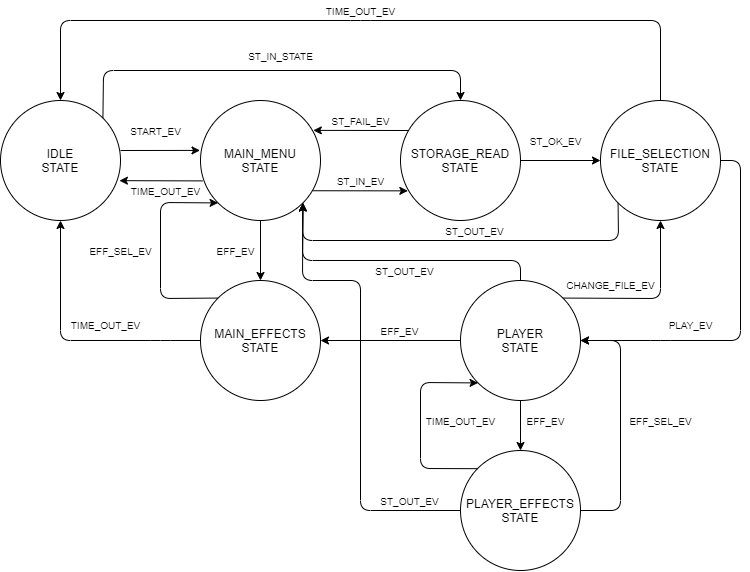
Above: docs/fsm.png in Labo-Microprocesadores/MP3_Player (draw.io), before the change. Source tidied: cells renumbered, new cells last; positions are measured from the earlier drawing's top-left corner, leaving out a move shared by most shapes. Source of this version:
```xml
<mxGraphModel>
  <root>
    <mxCell id="0" />
    <mxCell id="1" parent="0" />
    <mxCell id="2" value="IDLE&lt;br&gt;STATE" style="ellipse;whiteSpace=wrap;html=1;" parent="1" vertex="1">
      <mxGeometry y="100" width="120" height="120" as="geometry" />
    </mxCell>
    <mxCell id="3" value="MAIN_MENU&lt;br&gt;STATE" style="ellipse;whiteSpace=wrap;html=1;" parent="1" vertex="1">
      <mxGeometry x="200" y="100" width="120" height="120" as="geometry" />
    </mxCell>
    <mxCell id="4" value="FILE_SELECTION&lt;br&gt;STATE" style="ellipse;whiteSpace=wrap;html=1;" parent="1" vertex="1">
      <mxGeometry x="600" y="100" width="120" height="120" as="geometry" />
    </mxCell>
    <mxCell id="5" value="PLAYER&lt;br&gt;STATE" style="ellipse;whiteSpace=wrap;html=1;" parent="1" vertex="1">
      <mxGeometry x="460" y="280" width="120" height="120" as="geometry" />
    </mxCell>
    <mxCell id="6" value="MAIN_EFFECTS&lt;br&gt;STATE" style="ellipse;whiteSpace=wrap;html=1;" parent="1" vertex="1">
      <mxGeometry x="200" y="280" width="120" height="120" as="geometry" />
    </mxCell>
    <mxCell id="7" style="endArrow=classic;html=1;entryX=-0.004;entryY=0.416;entryDx=0;entryDy=0;entryPerimeter=0;" parent="1" edge="1" target="3">
      <mxGeometry relative="1" as="geometry">
        <mxPoint x="120" y="150" as="sourcePoint" />
      </mxGeometry>
    </mxCell>
    <mxCell id="8" value="STORAGE_READ&lt;br&gt;STATE" style="ellipse;whiteSpace=wrap;html=1;" parent="1" vertex="1">
      <mxGeometry x="400" y="100" width="120" height="120" as="geometry" />
    </mxCell>
    <mxCell id="9" value="&lt;span style=&quot;font-size: 10px&quot;&gt;START_EV&lt;/span&gt;" style="text;html=1;align=center;verticalAlign=middle;" parent="1" vertex="1">
      <mxGeometry x="120" y="120" width="70" height="20" as="geometry" />
    </mxCell>
    <mxCell id="10" style="endArrow=classic;html=1;exitX=1;exitY=0;exitDx=0;exitDy=0;entryX=0.5;entryY=0;entryDx=0;entryDy=0;" parent="1" edge="1" source="2" target="8">
      <mxGeometry relative="1" as="geometry">
        <Array as="points">
          <mxPoint x="103" y="70" />
          <mxPoint x="460" y="70" />
        </Array>
      </mxGeometry>
    </mxCell>
    <mxCell id="11" value="&lt;span style=&quot;font-size: 10px&quot;&gt;ST_IN_STATE&lt;/span&gt;" style="text;html=1;align=center;verticalAlign=middle;" parent="1" vertex="1">
      <mxGeometry x="240" y="45" width="80" height="20" as="geometry" />
    </mxCell>
    <mxCell id="12" style="endArrow=classic;html=1;exitX=1;exitY=0.5;exitDx=0;exitDy=0;entryX=0;entryY=0.5;entryDx=0;entryDy=0;" parent="1" edge="1" source="8" target="4">
      <mxGeometry relative="1" as="geometry" />
    </mxCell>
    <mxCell id="13" value="&lt;span style=&quot;font-size: 10px&quot;&gt;ST_OK_EV&lt;/span&gt;" style="text;html=1;align=center;verticalAlign=middle;" parent="1" vertex="1">
      <mxGeometry x="520" y="130" width="70" height="20" as="geometry" />
    </mxCell>
    <mxCell id="14" style="endArrow=classic;html=1;exitX=0.066;exitY=0.25;exitDx=0;exitDy=0;exitPerimeter=0;entryX=0.94;entryY=0.249;entryDx=0;entryDy=0;entryPerimeter=0;" parent="1" edge="1" source="8" target="3">
      <mxGeometry relative="1" as="geometry" />
    </mxCell>
    <mxCell id="15" value="&lt;span style=&quot;font-size: 10px&quot;&gt;ST_FAIL_EV&lt;/span&gt;" style="text;html=1;align=center;verticalAlign=middle;" parent="1" vertex="1">
      <mxGeometry x="325" y="110" width="70" height="20" as="geometry" />
    </mxCell>
    <mxCell id="16" style="endArrow=classic;html=1;exitX=0.937;exitY=0.752;exitDx=0;exitDy=0;entryX=0.061;entryY=0.753;entryDx=0;entryDy=0;exitPerimeter=0;entryPerimeter=0;" parent="1" edge="1" source="3" target="8">
      <mxGeometry relative="1" as="geometry" />
    </mxCell>
    <mxCell id="17" value="&lt;span style=&quot;font-size: 10px&quot;&gt;ST_IN_EV&lt;/span&gt;" style="text;html=1;align=center;verticalAlign=middle;" parent="1" vertex="1">
      <mxGeometry x="330" y="170" width="60" height="20" as="geometry" />
    </mxCell>
    <mxCell id="18" style="endArrow=classic;html=1;exitX=0.017;exitY=0.67;exitDx=0;exitDy=0;entryX=0.991;entryY=0.668;entryDx=0;entryDy=0;entryPerimeter=0;exitPerimeter=0;" parent="1" edge="1" source="3" target="2">
      <mxGeometry relative="1" as="geometry" />
    </mxCell>
    <mxCell id="19" value="&lt;span style=&quot;font-size: 10px&quot;&gt;TIME_OUT_EV&lt;/span&gt;" style="text;html=1;align=center;verticalAlign=middle;" parent="1" vertex="1">
      <mxGeometry x="120" y="180" width="90" height="20" as="geometry" />
    </mxCell>
    <mxCell id="20" style="endArrow=classic;html=1;exitX=0.5;exitY=0;exitDx=0;exitDy=0;entryX=0.5;entryY=0;entryDx=0;entryDy=0;" parent="1" edge="1" source="4" target="2">
      <mxGeometry relative="1" as="geometry">
        <Array as="points">
          <mxPoint x="660" y="20" />
          <mxPoint x="360" y="20" />
          <mxPoint x="60" y="20" />
        </Array>
      </mxGeometry>
    </mxCell>
    <mxCell id="21" value="&lt;span style=&quot;font-size: 10px&quot;&gt;TIME_OUT_EV&lt;/span&gt;" style="text;html=1;align=center;verticalAlign=middle;" parent="1" vertex="1">
      <mxGeometry x="315" width="90" height="20" as="geometry" />
    </mxCell>
    <mxCell id="22" style="endArrow=classic;html=1;exitX=1;exitY=0.5;exitDx=0;exitDy=0;entryX=1;entryY=0.5;entryDx=0;entryDy=0;" parent="1" edge="1" source="4" target="5">
      <mxGeometry relative="1" as="geometry">
        <Array as="points">
          <mxPoint x="740" y="160" />
          <mxPoint x="740" y="340" />
          <mxPoint x="660" y="340" />
        </Array>
      </mxGeometry>
    </mxCell>
    <mxCell id="23" value="&lt;span style=&quot;font-size: 10px&quot;&gt;PLAY_EV&lt;/span&gt;" style="text;html=1;align=center;verticalAlign=middle;" parent="1" vertex="1">
      <mxGeometry x="660" y="314" width="60" height="20" as="geometry" />
    </mxCell>
    <mxCell id="24" style="endArrow=classic;html=1;exitX=1;exitY=0;exitDx=0;exitDy=0;entryX=0.5;entryY=1;entryDx=0;entryDy=0;" parent="1" edge="1" source="5" target="4">
      <mxGeometry relative="1" as="geometry">
        <Array as="points">
          <mxPoint x="660" y="298" />
        </Array>
      </mxGeometry>
    </mxCell>
    <mxCell id="25" value="&lt;span style=&quot;font-size: 10px&quot;&gt;CHANGE_FILE_EV&lt;/span&gt;" style="text;html=1;align=center;verticalAlign=middle;" parent="1" vertex="1">
      <mxGeometry x="560" y="274" width="100" height="20" as="geometry" />
    </mxCell>
    <mxCell id="26" style="endArrow=classic;html=1;exitX=0;exitY=0.5;exitDx=0;exitDy=0;entryX=1;entryY=0.5;entryDx=0;entryDy=0;" parent="1" edge="1" source="5" target="6">
      <mxGeometry relative="1" as="geometry" />
    </mxCell>
    <mxCell id="27" value="&lt;span style=&quot;font-size: 10px&quot;&gt;EFF_EV&lt;/span&gt;" style="text;html=1;align=center;verticalAlign=middle;" parent="1" vertex="1">
      <mxGeometry x="374" y="320" width="50" height="20" as="geometry" />
    </mxCell>
    <mxCell id="28" style="endArrow=classic;html=1;exitX=0.5;exitY=1;exitDx=0;exitDy=0;entryX=0.5;entryY=0;entryDx=0;entryDy=0;" parent="1" edge="1" source="3" target="6">
      <mxGeometry relative="1" as="geometry" />
    </mxCell>
    <mxCell id="29" value="&lt;span style=&quot;font-size: 10px&quot;&gt;EFF_EV&lt;/span&gt;" style="text;html=1;align=center;verticalAlign=middle;" parent="1" vertex="1">
      <mxGeometry x="210" y="240" width="50" height="20" as="geometry" />
    </mxCell>
    <mxCell id="30" style="endArrow=classic;html=1;exitX=0;exitY=0;exitDx=0;exitDy=0;entryX=0;entryY=1;entryDx=0;entryDy=0;" parent="1" edge="1" source="6" target="3">
      <mxGeometry relative="1" as="geometry">
        <Array as="points">
          <mxPoint x="160" y="298" />
          <mxPoint x="160" y="202" />
        </Array>
      </mxGeometry>
    </mxCell>
    <mxCell id="31" style="endArrow=classic;html=1;exitX=0;exitY=1;exitDx=0;exitDy=0;entryX=1;entryY=1;entryDx=0;entryDy=0;" parent="1" edge="1" source="4" target="3">
      <mxGeometry relative="1" as="geometry">
        <Array as="points">
          <mxPoint x="618" y="240" />
          <mxPoint x="302" y="240" />
        </Array>
      </mxGeometry>
    </mxCell>
    <mxCell id="32" style="endArrow=classic;html=1;exitX=0.5;exitY=0;exitDx=0;exitDy=0;entryX=1;entryY=1;entryDx=0;entryDy=0;" parent="1" edge="1" source="5" target="3">
      <mxGeometry relative="1" as="geometry">
        <Array as="points">
          <mxPoint x="520" y="260" />
          <mxPoint x="302" y="260" />
        </Array>
      </mxGeometry>
    </mxCell>
    <mxCell id="33" value="&lt;span style=&quot;font-size: 10px&quot;&gt;ST_OUT_EV&lt;/span&gt;" style="text;html=1;align=center;verticalAlign=middle;" parent="1" vertex="1">
      <mxGeometry x="439" y="220" width="70" height="20" as="geometry" />
    </mxCell>
    <mxCell id="34" value="&lt;span style=&quot;font-size: 10px&quot;&gt;ST_OUT_EV&lt;/span&gt;" style="text;html=1;align=center;verticalAlign=middle;" parent="1" vertex="1">
      <mxGeometry x="369" y="260" width="70" height="20" as="geometry" />
    </mxCell>
    <mxCell id="35" value="PLAYER_EFFECTS&lt;br&gt;STATE" style="ellipse;whiteSpace=wrap;html=1;" parent="1" vertex="1">
      <mxGeometry x="460" y="450" width="120" height="120" as="geometry" />
    </mxCell>
    <mxCell id="36" style="endArrow=classic;html=1;exitX=1;exitY=0.5;exitDx=0;exitDy=0;entryX=1;entryY=0.5;entryDx=0;entryDy=0;" parent="1" edge="1" source="35" target="5">
      <mxGeometry relative="1" as="geometry">
        <Array as="points">
          <mxPoint x="620" y="510" />
          <mxPoint x="620" y="340" />
        </Array>
      </mxGeometry>
    </mxCell>
    <mxCell id="37" value="&lt;span style=&quot;font-size: 10px&quot;&gt;EFF_SEL_EV&lt;/span&gt;" style="text;html=1;align=center;verticalAlign=middle;" parent="1" vertex="1">
      <mxGeometry x="620" y="410" width="80" height="20" as="geometry" />
    </mxCell>
    <mxCell id="38" style="endArrow=classic;html=1;exitX=0.5;exitY=1;exitDx=0;exitDy=0;entryX=0.5;entryY=0;entryDx=0;entryDy=0;" parent="1" edge="1" source="5" target="35">
      <mxGeometry relative="1" as="geometry" />
    </mxCell>
    <mxCell id="39" value="&lt;span style=&quot;font-size: 10px&quot;&gt;EFF_EV&lt;/span&gt;" style="text;html=1;align=center;verticalAlign=middle;" parent="1" vertex="1">
      <mxGeometry x="520" y="410" width="50" height="20" as="geometry" />
    </mxCell>
    <mxCell id="40" style="endArrow=classic;html=1;exitX=0;exitY=0;exitDx=0;exitDy=0;entryX=0;entryY=1;entryDx=0;entryDy=0;" parent="1" edge="1" source="35" target="5">
      <mxGeometry relative="1" as="geometry">
        <Array as="points">
          <mxPoint x="420" y="468" />
          <mxPoint x="420" y="382" />
        </Array>
      </mxGeometry>
    </mxCell>
    <mxCell id="41" value="&lt;span style=&quot;font-size: 10px&quot;&gt;TIME_OUT_EV&lt;/span&gt;" style="text;html=1;align=center;verticalAlign=middle;" parent="1" vertex="1">
      <mxGeometry x="415" y="410" width="90" height="20" as="geometry" />
    </mxCell>
    <mxCell id="42" value="&lt;span style=&quot;font-size: 10px&quot;&gt;EFF_SEL_EV&lt;/span&gt;" style="text;html=1;align=center;verticalAlign=middle;" parent="1" vertex="1">
      <mxGeometry x="80" y="240" width="80" height="20" as="geometry" />
    </mxCell>
    <mxCell id="43" style="endArrow=classic;html=1;exitX=0;exitY=0.5;exitDx=0;exitDy=0;entryX=0.5;entryY=1;entryDx=0;entryDy=0;" parent="1" edge="1" source="6" target="2">
      <mxGeometry relative="1" as="geometry">
        <Array as="points">
          <mxPoint x="160" y="340" />
          <mxPoint x="60" y="340" />
        </Array>
      </mxGeometry>
    </mxCell>
    <mxCell id="44" value="&lt;span style=&quot;font-size: 10px&quot;&gt;TIME_OUT_EV&lt;/span&gt;" style="text;html=1;align=center;verticalAlign=middle;" parent="1" vertex="1">
      <mxGeometry x="60" y="314" width="90" height="20" as="geometry" />
    </mxCell>
    <mxCell id="45" style="endArrow=classic;html=1;exitX=0;exitY=0.5;exitDx=0;exitDy=0;entryX=1;entryY=1;entryDx=0;entryDy=0;" parent="1" edge="1" source="35" target="3">
      <mxGeometry relative="1" as="geometry">
        <Array as="points">
          <mxPoint x="360" y="510" />
          <mxPoint x="360" y="280" />
          <mxPoint x="302" y="280" />
        </Array>
      </mxGeometry>
    </mxCell>
    <mxCell id="46" value="&lt;span style=&quot;font-size: 10px&quot;&gt;ST_OUT_EV&lt;/span&gt;" style="text;html=1;align=center;verticalAlign=middle;" parent="1" vertex="1">
      <mxGeometry x="374" y="490" width="70" height="20" as="geometry" />
    </mxCell>
  </root>
</mxGraphModel>
```
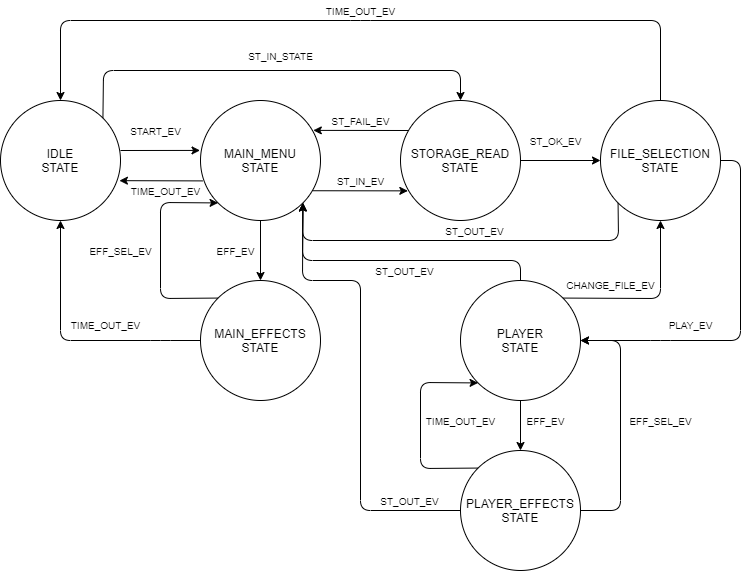
Above is the later version.

Commit message:
updated fsm diagram

Diff of the diagram source:
```diff
@@ -97,12 +97,6 @@
     <mxCell id="25" value="&lt;span style=&quot;font-size: 10px&quot;&gt;CHANGE_FILE_EV&lt;/span&gt;" style="text;html=1;align=center;verticalAlign=middle;" parent="1" vertex="1">
       <mxGeometry x="560" y="274" width="100" height="20" as="geometry" />
     </mxCell>
-    <mxCell id="26" style="endArrow=classic;html=1;exitX=0;exitY=0.5;exitDx=0;exitDy=0;entryX=1;entryY=0.5;entryDx=0;entryDy=0;" parent="1" edge="1" source="5" target="6">
-      <mxGeometry relative="1" as="geometry" />
-    </mxCell>
-    <mxCell id="27" value="&lt;span style=&quot;font-size: 10px&quot;&gt;EFF_EV&lt;/span&gt;" style="text;html=1;align=center;verticalAlign=middle;" parent="1" vertex="1">
-      <mxGeometry x="374" y="320" width="50" height="20" as="geometry" />
-    </mxCell>
     <mxCell id="28" style="endArrow=classic;html=1;exitX=0.5;exitY=1;exitDx=0;exitDy=0;entryX=0.5;entryY=0;entryDx=0;entryDy=0;" parent="1" edge="1" source="3" target="6">
       <mxGeometry relative="1" as="geometry" />
     </mxCell>
```
